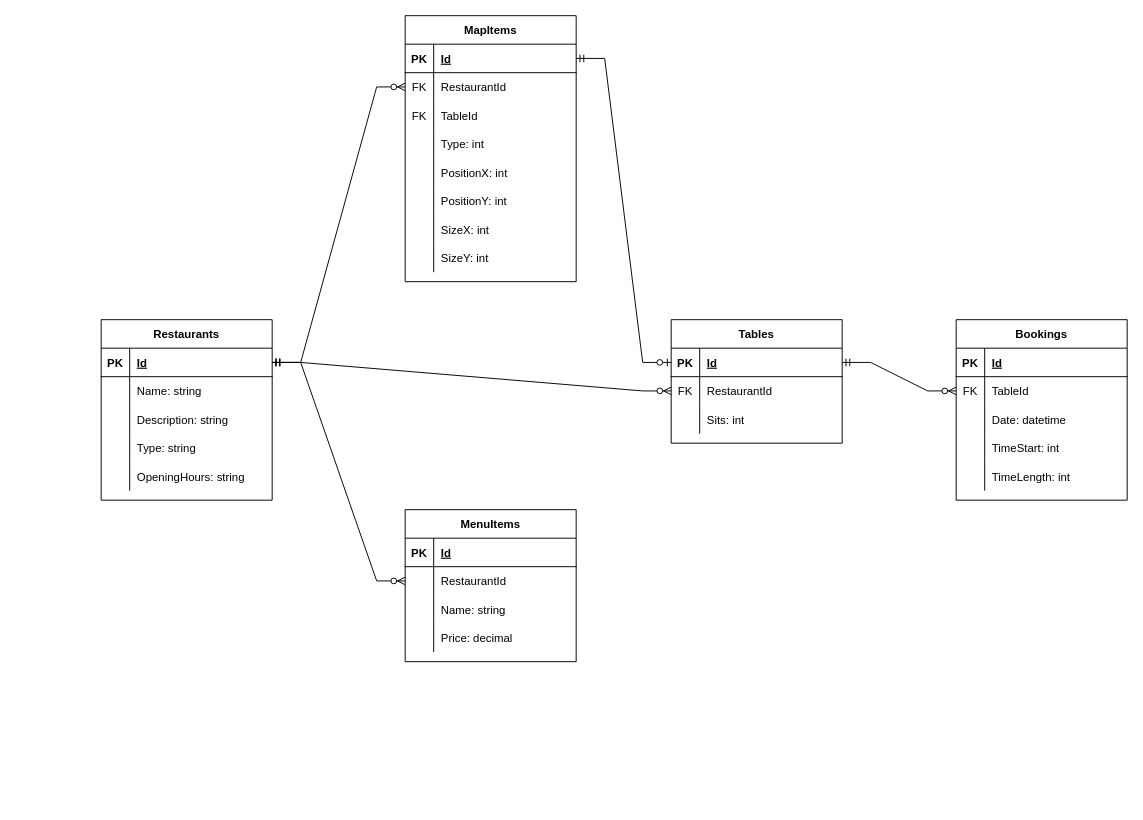
This is DatabaseDesign.drawio from koloczz/sit-eat, a draw.io file, before an edit. Source tidied: cells renumbered, new cells numbered last; positions are measured from the earlier drawing's top-left corner, leaving out a move shared by most shapes. Both pictures are drawn from the tidied source at 95%, with x=0, y=0 at pixel (101, 15).
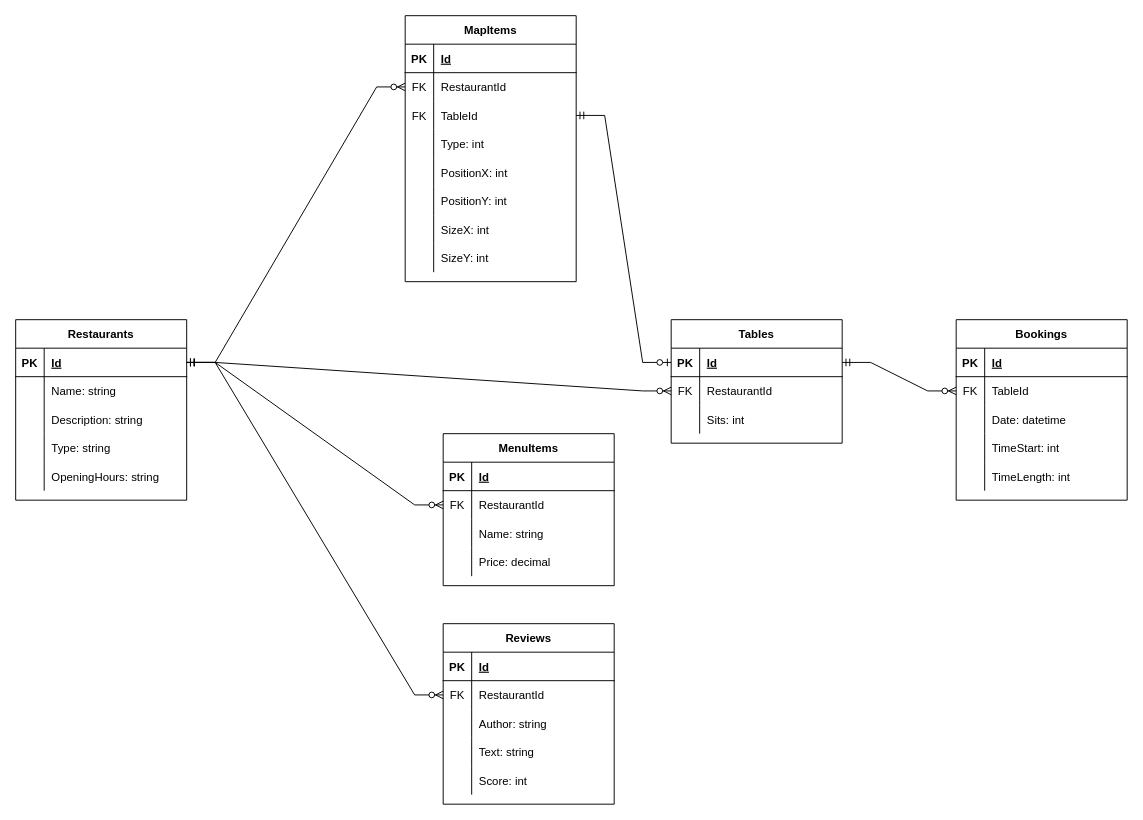
The same page after the edit.

Commit message (it also covers changes not shown here):
Add reviews to database design

The change refers to these unchanged cells:
```xml
<mxCell id="3" style="shape=partialRectangle;fillColor=none;top=0;left=0;bottom=1;right=0;points=[[0,0.5],[1,0.5]];portConstraint=eastwest;" parent="2" vertex="1">
  <mxGeometry y="30" width="180" height="30" as="geometry" />
</mxCell>
<mxCell id="19" style="shape=partialRectangle;fillColor=none;top=0;left=0;bottom=1;right=0;points=[[0,0.5],[1,0.5]];portConstraint=eastwest;" parent="18" vertex="1">
  <mxGeometry y="30" width="180" height="30" as="geometry" />
</mxCell>
<mxCell id="30" style="shape=partialRectangle;fillColor=none;top=0;left=0;bottom=1;right=0;points=[[0,0.5],[1,0.5]];portConstraint=eastwest;" parent="29" vertex="1">
  <mxGeometry y="30" width="180" height="30" as="geometry" />
</mxCell>
<mxCell id="36" style="shape=partialRectangle;fillColor=none;top=0;left=0;bottom=0;right=0;points=[[0,0.5],[1,0.5]];portConstraint=eastwest;" parent="29" vertex="1">
  <mxGeometry y="90" width="180" height="30" as="geometry" />
</mxCell>
<mxCell id="77" style="shape=partialRectangle;fillColor=none;top=0;left=0;bottom=0;right=0;points=[[0,0.5],[1,0.5]];portConstraint=eastwest;" parent="73" vertex="1">
  <mxGeometry y="60" width="180" height="30" as="geometry" />
</mxCell>
```

Change to the diagram source:
```diff
@@
-    <mxCell id="2" value="Restaurants" style="shape=table;startSize=30;childLayout=tableLayout;rowLines=0;fontStyle=1;align=center;" parent="1" vertex="1">
-      <mxGeometry y="320" width="180" height="190" as="geometry" />
+    <mxCell id="2" value="Restaurants" style="shape=table;startSize=30;childLayout=tableLayout;rowLines=0;fontStyle=1;align=center;fillColor=default;strokeColor=default;fontColor=default;" parent="1" vertex="1">
+      <mxGeometry x="-90" y="320" width="180" height="190" as="geometry" />
     </mxCell>
@@
-    <mxCell id="55" style="edgeStyle=entityRelationEdgeStyle;fontSize=12;html=1;endArrow=ERzeroToOne;startArrow=ERmandOne;rounded=0;entryX=0;entryY=0.5;entryDx=0;entryDy=0;exitX=1;exitY=0.5;exitDx=0;exitDy=0;" parent="1" edge="1" source="30" target="19">
+    <mxCell id="55" style="edgeStyle=entityRelationEdgeStyle;fontSize=12;html=1;endArrow=ERzeroToOne;startArrow=ERmandOne;rounded=0;entryX=0;entryY=0.5;entryDx=0;entryDy=0;exitX=1;exitY=0.5;exitDx=0;exitDy=0;strokeColor=default;labelBackgroundColor=default;fontColor=default;" parent="1" edge="1" source="36" target="19">
       <mxGeometry relative="1" as="geometry" />
     </mxCell>
@@
-    <mxCell id="73" value="MenuItems" style="shape=table;startSize=30;childLayout=tableLayout;rowLines=0;fontStyle=1;align=center;" parent="1" vertex="1">
-      <mxGeometry x="320" y="520" width="180" height="160" as="geometry" />
+    <mxCell id="73" value="MenuItems" style="shape=table;startSize=30;childLayout=tableLayout;rowLines=0;fontStyle=1;align=center;fillColor=default;strokeColor=default;fontColor=default;" parent="1" vertex="1">
+      <mxGeometry x="360" y="440" width="180" height="160" as="geometry" />
     </mxCell>
@@
-    <mxCell id="78" style="shape=partialRectangle;fillColor=none;top=0;left=0;bottom=0;right=0;overflow=hidden;" parent="77" vertex="1">
+    <mxCell id="78" value="FK" style="shape=partialRectangle;fillColor=none;top=0;left=0;bottom=0;right=0;overflow=hidden;fontColor=default;" parent="77" vertex="1">
       <mxGeometry width="30" height="30" as="geometry" />
     </mxCell>
@@
-    <mxCell id="86" style="edgeStyle=entityRelationEdgeStyle;fontSize=12;html=1;endArrow=ERzeroToMany;startArrow=ERmandOne;rounded=0;exitX=1;exitY=0.5;exitDx=0;exitDy=0;entryX=0;entryY=0.5;entryDx=0;entryDy=0;" parent="1" edge="1" source="3" target="77">
+    <mxCell id="86" style="edgeStyle=entityRelationEdgeStyle;fontSize=12;html=1;endArrow=ERzeroToMany;startArrow=ERmandOne;rounded=0;exitX=1;exitY=0.5;exitDx=0;exitDy=0;entryX=0;entryY=0.5;entryDx=0;entryDy=0;strokeColor=default;labelBackgroundColor=default;fontColor=default;" parent="1" edge="1" source="3" target="77">
       <mxGeometry relative="1" as="geometry" />
     </mxCell>
+    <mxCell id="87" value="Reviews" style="shape=table;startSize=30;childLayout=tableLayout;rowLines=0;fontStyle=1;align=center;fillColor=default;strokeColor=default;fontColor=default;" parent="1" vertex="1">
+      <mxGeometry x="360" y="640" width="180" height="190" as="geometry" />
+    </mxCell>
+    <mxCell id="88" style="shape=partialRectangle;fillColor=none;top=0;left=0;bottom=1;right=0;" parent="87" vertex="1">
+      <mxGeometry y="30" width="180" height="30" as="geometry" />
+    </mxCell>
+    <mxCell id="89" value="PK" style="shape=partialRectangle;fillColor=none;top=0;left=0;bottom=0;right=0;fontStyle=1;overflow=hidden;" parent="88" vertex="1">
+      <mxGeometry width="30" height="30" as="geometry" />
+    </mxCell>
+    <mxCell id="90" value="Id" style="shape=partialRectangle;fillColor=none;top=0;left=0;bottom=0;right=0;align=left;spacingLeft=6;fontStyle=5;overflow=hidden;" parent="88" vertex="1">
+      <mxGeometry x="30" width="150" height="30" as="geometry" />
+    </mxCell>
+    <mxCell id="91" style="shape=partialRectangle;fillColor=none;top=0;left=0;bottom=0;right=0;points=[[0,0.5],[1,0.5]];portConstraint=eastwest;fontColor=default;" parent="87" vertex="1">
+      <mxGeometry y="60" width="180" height="30" as="geometry" />
+    </mxCell>
+    <mxCell id="92" value="FK" style="shape=partialRectangle;fillColor=none;top=0;left=0;bottom=0;right=0;overflow=hidden;fontColor=default;" parent="91" vertex="1">
+      <mxGeometry width="30" height="30" as="geometry" />
+    </mxCell>
+    <mxCell id="93" value="RestaurantId" style="shape=partialRectangle;fillColor=none;top=0;left=0;bottom=0;right=0;align=left;spacingLeft=6;overflow=hidden;" parent="91" vertex="1">
+      <mxGeometry x="30" width="150" height="30" as="geometry" />
+    </mxCell>
+    <mxCell id="94" style="shape=partialRectangle;fillColor=none;top=0;left=0;bottom=0;right=0;" parent="87" vertex="1">
+      <mxGeometry y="90" width="180" height="30" as="geometry" />
+    </mxCell>
+    <mxCell id="95" style="shape=partialRectangle;fillColor=none;top=0;left=0;bottom=0;right=0;overflow=hidden;" parent="94" vertex="1">
+      <mxGeometry width="30" height="30" as="geometry" />
+    </mxCell>
+    <mxCell id="96" value="Author: string" style="shape=partialRectangle;fillColor=none;top=0;left=0;bottom=0;right=0;align=left;spacingLeft=6;overflow=hidden;fontColor=default;" parent="94" vertex="1">
+      <mxGeometry x="30" width="150" height="30" as="geometry" />
+    </mxCell>
+    <mxCell id="97" style="shape=partialRectangle;fillColor=none;top=0;left=0;bottom=0;right=0;" parent="87" vertex="1">
+      <mxGeometry y="120" width="180" height="30" as="geometry" />
+    </mxCell>
+    <mxCell id="98" style="shape=partialRectangle;fillColor=none;top=0;left=0;bottom=0;right=0;overflow=hidden;" parent="97" vertex="1">
+      <mxGeometry width="30" height="30" as="geometry" />
+    </mxCell>
+    <mxCell id="99" value="Text: string" style="shape=partialRectangle;fillColor=none;top=0;left=0;bottom=0;right=0;align=left;spacingLeft=6;overflow=hidden;fontColor=default;strokeColor=default;" parent="97" vertex="1">
+      <mxGeometry x="30" width="150" height="30" as="geometry" />
+    </mxCell>
+    <mxCell id="100" style="shape=partialRectangle;fillColor=none;top=0;left=0;bottom=0;right=0;" parent="87" vertex="1">
+      <mxGeometry y="150" width="180" height="30" as="geometry" />
+    </mxCell>
+    <mxCell id="101" style="shape=partialRectangle;fillColor=none;top=0;left=0;bottom=0;right=0;overflow=hidden;" parent="100" vertex="1">
+      <mxGeometry width="30" height="30" as="geometry" />
+    </mxCell>
+    <mxCell id="102" value="Score: int" style="shape=partialRectangle;fillColor=none;top=0;left=0;bottom=0;right=0;align=left;spacingLeft=6;overflow=hidden;fontColor=default;" parent="100" vertex="1">
+      <mxGeometry x="30" width="150" height="30" as="geometry" />
+    </mxCell>
+    <mxCell id="103" style="edgeStyle=entityRelationEdgeStyle;fontSize=12;html=1;endArrow=ERzeroToMany;startArrow=ERmandOne;rounded=0;exitX=1;exitY=0.5;exitDx=0;exitDy=0;entryX=0;entryY=0.5;entryDx=0;entryDy=0;strokeColor=default;labelBackgroundColor=default;fontColor=default;" parent="1" edge="1" source="3" target="91">
+      <mxGeometry relative="1" as="geometry" />
+    </mxCell>
```
